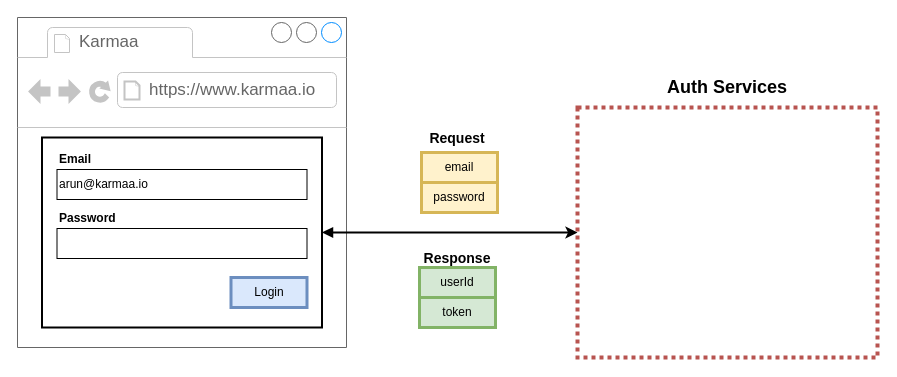
Before: page "Login" (3 of 3) of Untitled Diagram.drawio in arunrao5g/karmaa, a draw.io diagram. Source tidied: cells renumbered, new cells numbered last; positions are measured from the earlier drawing's top-left corner, leaving out a move shared by most shapes. Both pictures are drawn from the tidied source at 100%, with x=0, y=0 at pixel (17, 17).
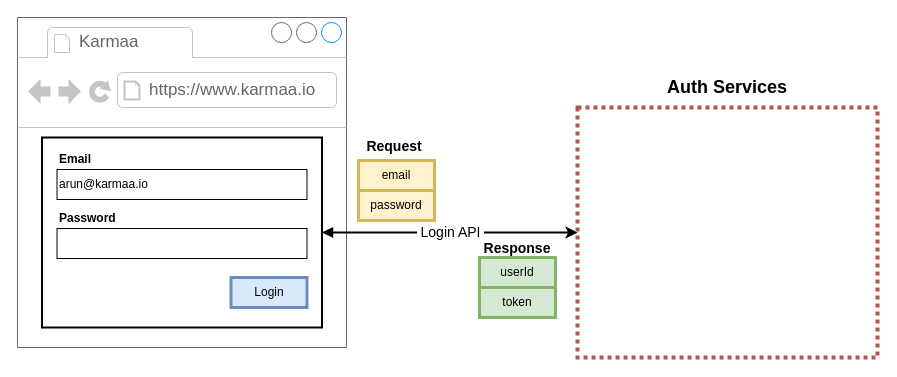
Above is the later version.

Unchanged cells that the change refers to:
```xml
<mxCell id="6" style="rounded=0;whiteSpace=wrap;html=1;strokeWidth=2;" parent="5" vertex="1">
  <mxGeometry width="280" height="190" as="geometry" />
</mxCell>
<mxCell id="15" style="rounded=0;whiteSpace=wrap;html=1;strokeWidth=4;fontSize=18;align=center;fillColor=none;dashed=1;dashPattern=1 1;strokeColor=#b85450;" parent="14" vertex="1">
  <mxGeometry y="30" width="300" height="250" as="geometry" />
</mxCell>
```

Change to the diagram source:
```diff
@@
     <mxCell id="17" style="group;" parent="1" vertex="1">
-      <mxGeometry x="400" y="230" width="80" height="80" as="geometry" />
+      <mxGeometry x="460" y="220" width="80" height="80" as="geometry" />
     </mxCell>
@@
     <mxCell id="22" style="group;" parent="1" vertex="1">
-      <mxGeometry x="400" y="110" width="80" height="85" as="geometry" />
+      <mxGeometry x="337" y="118" width="80" height="85" as="geometry" />
     </mxCell>
@@
-    <mxCell id="27" style="edgeStyle=orthogonalEdgeStyle;rounded=0;jettySize=auto;html=1;entryX=0;entryY=0.5;entryDx=0;entryDy=0;startArrow=block;startFill=1;strokeWidth=2;exitX=1;exitY=0.5;exitDx=0;exitDy=0;" parent="1" edge="1" source="6" target="15">
+    <mxCell id="27" value="&lt;font style=&quot;font-size: 14px&quot;&gt;&amp;nbsp;Login API&amp;nbsp;&lt;/font&gt;" style="edgeStyle=orthogonalEdgeStyle;rounded=0;jettySize=auto;html=1;entryX=0;entryY=0.5;entryDx=0;entryDy=0;startArrow=block;startFill=1;strokeWidth=2;exitX=1;exitY=0.5;exitDx=0;exitDy=0;" parent="1" edge="1" source="6" target="15">
       <mxGeometry relative="1" as="geometry" />
     </mxCell>
```
